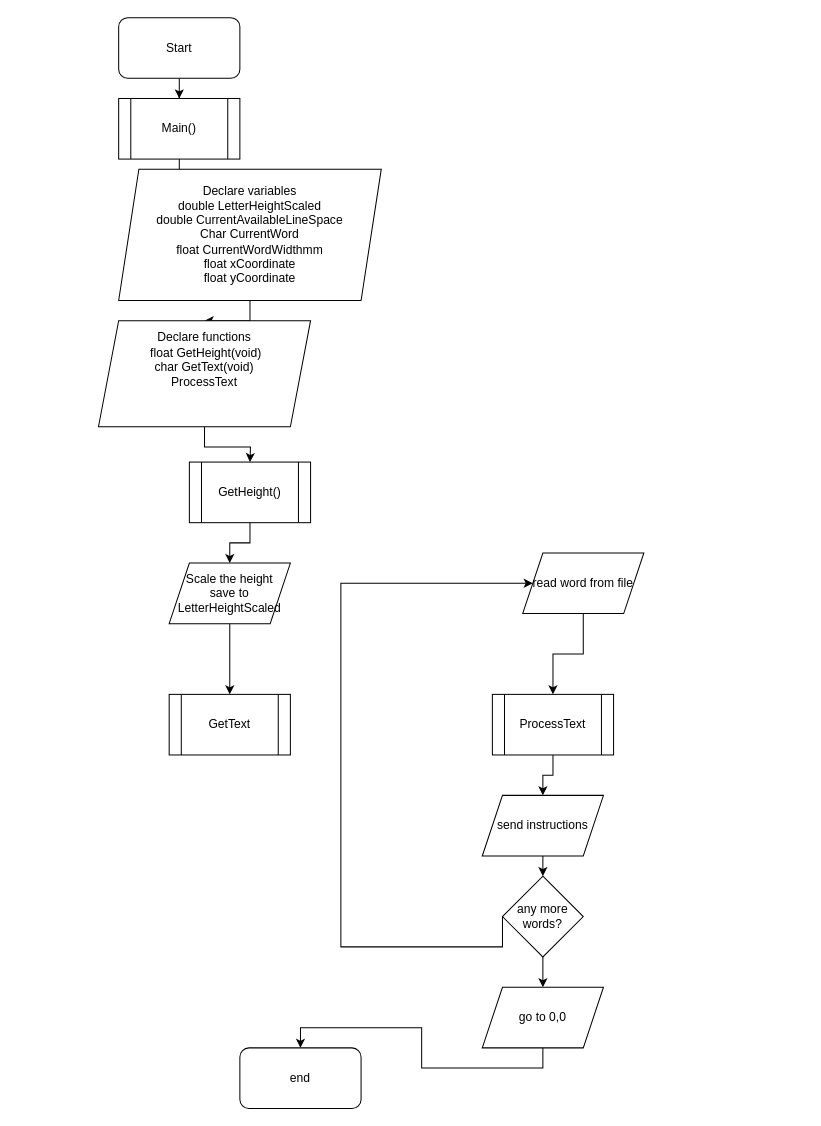
Above: page "Page-1" (1 of 2) of TextRobotFlowchart.drawio in hanifadelekan/TextRobotPlanning (draw.io), before the change. Source tidied: cells renumbered, new cells numbered last; positions are measured from the earlier drawing's top-left corner, leaving out a move shared by most shapes. Both pictures are drawn from the tidied source at 101%, with x=0, y=0 at pixel (98, 17).
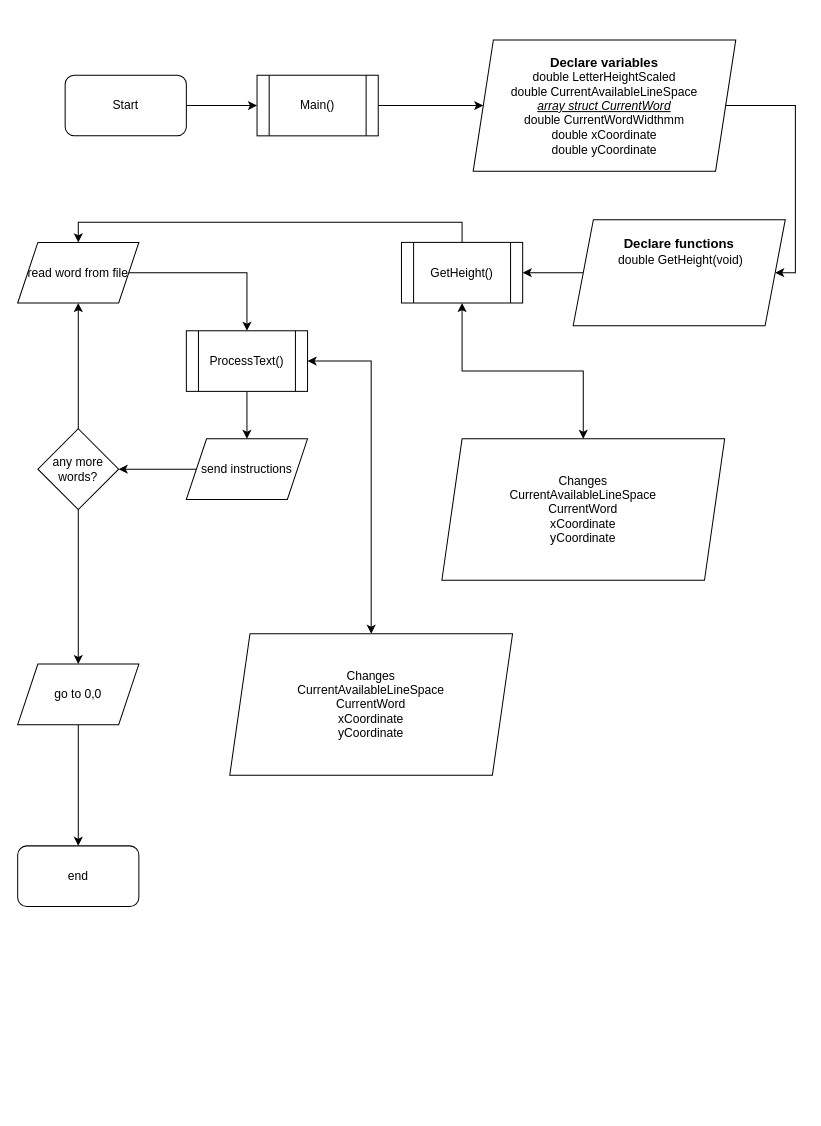
The same diagram, later.

Change to the diagram source:
```diff
@@
-    <mxCell id="2" style="edgeStyle=orthogonalEdgeStyle;rounded=0;jettySize=auto;html=1;exitX=0.5;exitY=1;exitDx=0;exitDy=0;" parent="1" edge="1" source="3" target="5">
+    <mxCell id="2" style="edgeStyle=orthogonalEdgeStyle;rounded=0;jettySize=auto;html=1;exitX=1;exitY=0.5;exitDx=0;exitDy=0;entryX=0;entryY=0.5;entryDx=0;entryDy=0;" parent="1" edge="1" source="3" target="5">
       <mxGeometry relative="1" as="geometry" />
     </mxCell>
     <mxCell id="3" value="Start" style="rounded=1;whiteSpace=wrap;html=1;" parent="1" vertex="1">
-      <mxGeometry x="20" width="120" height="60" as="geometry" />
+      <mxGeometry x="-33" y="57" width="120" height="60" as="geometry" />
     </mxCell>
-    <mxCell id="4" style="edgeStyle=orthogonalEdgeStyle;rounded=0;jettySize=auto;html=1;" parent="1" edge="1" source="5" target="7">
+    <mxCell id="4" style="edgeStyle=orthogonalEdgeStyle;rounded=0;jettySize=auto;html=1;exitX=1;exitY=0.5;exitDx=0;exitDy=0;entryX=0;entryY=0.5;entryDx=0;entryDy=0;" parent="1" edge="1" source="5" target="7">
       <mxGeometry relative="1" as="geometry" />
     </mxCell>
     <mxCell id="5" value="Main()" style="rounded=0;whiteSpace=wrap;html=1;shape=process;backgroundOutline=1;" parent="1" vertex="1">
-      <mxGeometry x="20" y="80" width="120" height="60" as="geometry" />
+      <mxGeometry x="157" y="57" width="120" height="60" as="geometry" />
     </mxCell>
-    <mxCell id="6" style="edgeStyle=orthogonalEdgeStyle;rounded=0;jettySize=auto;html=1;" parent="1" edge="1" source="7" target="9">
-      <mxGeometry relative="1" as="geometry" />
+    <mxCell id="6" style="edgeStyle=orthogonalEdgeStyle;rounded=0;jettySize=auto;html=1;entryX=1;entryY=0.5;entryDx=0;entryDy=0;exitX=1;exitY=0.5;exitDx=0;exitDy=0;" parent="1" edge="1" source="7" target="9">
+      <mxGeometry relative="1" as="geometry">
+        <Array as="points">
+          <mxPoint x="690" y="87" />
+          <mxPoint x="690" y="253" />
+        </Array>
+      </mxGeometry>
     </mxCell>
-    <mxCell id="7" value="Declare variables&lt;div&gt;double LetterHeightScaled&lt;/div&gt;&lt;div&gt;double CurrentAvailableLineSpace&lt;/div&gt;&lt;div&gt;Char CurrentWord&lt;/div&gt;&lt;div&gt;float CurrentWordWidthmm&lt;/div&gt;&lt;div&gt;float xCoordinate&lt;/div&gt;&lt;div&gt;float yCoordinate&lt;/div&gt;" style="shape=parallelogram;perimeter=parallelogramPerimeter;whiteSpace=wrap;html=1;fixedSize=1;rounded=0;" parent="1" vertex="1">
-      <mxGeometry x="20" y="150" width="260" height="130" as="geometry" />
+    <mxCell id="7" value="&lt;b&gt;&lt;font style=&quot;font-size: 13px;&quot;&gt;Declare variables&lt;/font&gt;&lt;/b&gt;&lt;div&gt;double LetterHeightScaled&lt;/div&gt;&lt;div&gt;double CurrentAvailableLineSpace&lt;/div&gt;&lt;div&gt;&lt;i style=&quot;&quot;&gt;&lt;u&gt;array struct CurrentWord&lt;/u&gt;&lt;/i&gt;&lt;/div&gt;&lt;div&gt;double CurrentWordWidthmm&lt;/div&gt;&lt;div&gt;double xCoordinate&lt;/div&gt;&lt;div&gt;double yCoordinate&lt;/div&gt;" style="shape=parallelogram;perimeter=parallelogramPerimeter;whiteSpace=wrap;html=1;fixedSize=1;rounded=0;" parent="1" vertex="1">
+      <mxGeometry x="371" y="22" width="260" height="130" as="geometry" />
     </mxCell>
-    <mxCell id="8" style="edgeStyle=orthogonalEdgeStyle;rounded=0;jettySize=auto;html=1;" parent="1" edge="1" source="9">
-      <mxGeometry relative="1" as="geometry">
-        <mxPoint x="150" y="440" as="targetPoint" />
-      </mxGeometry>
-    </mxCell>
+    <mxCell id="27" style="edgeStyle=orthogonalEdgeStyle;rounded=0;jettySize=auto;html=1;exitX=0;exitY=0.5;exitDx=0;exitDy=0;entryX=1;entryY=0.5;entryDx=0;entryDy=0;" parent="1" edge="1" source="9" target="11">
+      <mxGeometry relative="1" as="geometry" />
+    </mxCell>
-    <mxCell id="9" value="Declare functions&lt;div&gt;&amp;nbsp;float GetHeight(void)&lt;/div&gt;&lt;div&gt;char GetText(void)&lt;br&gt;&lt;div&gt;ProcessText&lt;/div&gt;&lt;div&gt;&lt;br&gt;&lt;/div&gt;&lt;/div&gt;&lt;div&gt;&lt;br&gt;&lt;/div&gt;" style="whiteSpace=wrap;html=1;rounded=0;shape=parallelogram;backgroundOutline=1;perimeter=parallelogramPerimeter;fixedSize=1;" parent="1" vertex="1">
-      <mxGeometry y="300" width="210" height="105" as="geometry" />
+    <mxCell id="9" value="&lt;b&gt;&lt;font style=&quot;font-size: 13px;&quot;&gt;Declare functions&lt;/font&gt;&lt;/b&gt;&lt;div&gt;&amp;nbsp;double GetHeight(void)&lt;/div&gt;&lt;div&gt;&lt;br&gt;&lt;div&gt;&lt;br&gt;&lt;/div&gt;&lt;/div&gt;&lt;div&gt;&lt;br&gt;&lt;/div&gt;" style="whiteSpace=wrap;html=1;rounded=0;shape=parallelogram;backgroundOutline=1;perimeter=parallelogramPerimeter;fixedSize=1;" parent="1" vertex="1">
+      <mxGeometry x="470" y="200" width="210" height="105" as="geometry" />
     </mxCell>
-    <mxCell id="10" style="edgeStyle=orthogonalEdgeStyle;rounded=0;jettySize=auto;html=1;exitX=0.5;exitY=1;exitDx=0;exitDy=0;entryX=0.5;entryY=0;entryDx=0;entryDy=0;" parent="1" edge="1" source="11" target="13">
-      <mxGeometry relative="1" as="geometry" />
-    </mxCell>
+    <mxCell id="28" style="edgeStyle=orthogonalEdgeStyle;rounded=0;jettySize=auto;html=1;exitX=0.5;exitY=1;exitDx=0;exitDy=0;entryX=0.5;entryY=0;entryDx=0;entryDy=0;startArrow=classic;startFill=1;" parent="1" edge="1" source="11" target="32">
+      <mxGeometry relative="1" as="geometry" />
+    </mxCell>
     <mxCell id="11" value="GetHeight()" style="shape=process;whiteSpace=wrap;html=1;backgroundOutline=1;" parent="1" vertex="1">
-      <mxGeometry x="90" y="440" width="120" height="60" as="geometry" />
+      <mxGeometry x="300" y="222.5" width="120" height="60" as="geometry" />
     </mxCell>
-    <mxCell id="12" style="edgeStyle=orthogonalEdgeStyle;rounded=0;jettySize=auto;html=1;exitX=0.5;exitY=1;exitDx=0;exitDy=0;entryX=0.5;entryY=0;entryDx=0;entryDy=0;" parent="1" edge="1" source="13" target="14">
-      <mxGeometry relative="1" as="geometry" />
-    </mxCell>
-    <mxCell id="13" value="Scale the height&lt;div&gt;save to LetterHeightScaled&lt;/div&gt;" style="shape=parallelogram;perimeter=parallelogramPerimeter;whiteSpace=wrap;html=1;fixedSize=1;" parent="1" vertex="1">
-      <mxGeometry x="70" y="540" width="120" height="60" as="geometry" />
-    </mxCell>
-    <mxCell id="14" value="GetText" style="shape=process;whiteSpace=wrap;html=1;backgroundOutline=1;" parent="1" vertex="1">
-      <mxGeometry x="70" y="670" width="120" height="60" as="geometry" />
-    </mxCell>
-    <mxCell id="15" style="edgeStyle=orthogonalEdgeStyle;rounded=0;jettySize=auto;html=1;exitX=0.5;exitY=1;exitDx=0;exitDy=0;entryX=0.5;entryY=0;entryDx=0;entryDy=0;" parent="1" edge="1" source="16" target="18">
-      <mxGeometry relative="1" as="geometry" />
+    <mxCell id="15" style="edgeStyle=orthogonalEdgeStyle;rounded=0;jettySize=auto;html=1;entryX=0.5;entryY=0;entryDx=0;entryDy=0;exitX=1;exitY=0.5;exitDx=0;exitDy=0;" parent="1" edge="1" source="16" target="18">
+      <mxGeometry relative="1" as="geometry">
+        <Array as="points">
+          <mxPoint x="147" y="253" />
+        </Array>
+      </mxGeometry>
     </mxCell>
-    <mxCell id="16" value="read word from file" style="shape=parallelogram;perimeter=parallelogramPerimeter;whiteSpace=wrap;html=1;fixedSize=1;" parent="1" vertex="1">
-      <mxGeometry x="420" y="530" width="120" height="60" as="geometry" />
-    </mxCell>
@@
+    <mxCell id="29" style="edgeStyle=orthogonalEdgeStyle;rounded=0;jettySize=auto;html=1;exitX=1;exitY=0.5;exitDx=0;exitDy=0;entryX=0.5;entryY=0;entryDx=0;entryDy=0;startArrow=classic;startFill=1;" parent="1" edge="1" source="18" target="31">
+      <mxGeometry relative="1" as="geometry" />
+    </mxCell>
-    <mxCell id="18" value="ProcessText" style="shape=process;whiteSpace=wrap;html=1;backgroundOutline=1;" parent="1" vertex="1">
-      <mxGeometry x="390" y="670" width="120" height="60" as="geometry" />
+    <mxCell id="18" value="ProcessText()" style="shape=process;whiteSpace=wrap;html=1;backgroundOutline=1;" parent="1" vertex="1">
+      <mxGeometry x="87" y="310" width="120" height="60" as="geometry" />
     </mxCell>
-    <mxCell id="19" style="edgeStyle=orthogonalEdgeStyle;rounded=0;jettySize=auto;html=1;exitX=0;exitY=0.5;exitDx=0;exitDy=0;entryX=0;entryY=0.5;entryDx=0;entryDy=0;" parent="1" edge="1" source="21" target="16">
+    <mxCell id="19" style="edgeStyle=orthogonalEdgeStyle;rounded=0;jettySize=auto;html=1;exitX=0.5;exitY=0;exitDx=0;exitDy=0;entryX=0.5;entryY=1;entryDx=0;entryDy=0;" parent="1" edge="1" source="21" target="16">
       <mxGeometry relative="1" as="geometry">
         <Array as="points">
-          <mxPoint x="240" y="920" />
-          <mxPoint x="240" y="560" />
+          <mxPoint x="-20" y="410" />
         </Array>
       </mxGeometry>
     </mxCell>
     <mxCell id="20" style="edgeStyle=orthogonalEdgeStyle;rounded=0;jettySize=auto;html=1;exitX=0.5;exitY=1;exitDx=0;exitDy=0;entryX=0.5;entryY=0;entryDx=0;entryDy=0;" parent="1" edge="1" source="21" target="25">
-      <mxGeometry relative="1" as="geometry" />
+      <mxGeometry relative="1" as="geometry">
+        <Array as="points">
+          <mxPoint x="-20" y="640" />
+        </Array>
+      </mxGeometry>
     </mxCell>
     <mxCell id="21" value="any more words?" style="rhombus;whiteSpace=wrap;html=1;" parent="1" vertex="1">
-      <mxGeometry x="400" y="850" width="80" height="80" as="geometry" />
+      <mxGeometry x="-60" y="407" width="80" height="80" as="geometry" />
     </mxCell>
-    <mxCell id="22" style="edgeStyle=orthogonalEdgeStyle;rounded=0;jettySize=auto;html=1;exitX=0.5;exitY=1;exitDx=0;exitDy=0;entryX=0.5;entryY=0;entryDx=0;entryDy=0;" parent="1" edge="1" source="23" target="21">
+    <mxCell id="22" style="edgeStyle=orthogonalEdgeStyle;rounded=0;jettySize=auto;html=1;exitX=1;exitY=0.5;exitDx=0;exitDy=0;entryX=1;entryY=0.5;entryDx=0;entryDy=0;" parent="1" edge="1" source="23" target="21">
       <mxGeometry relative="1" as="geometry" />
     </mxCell>
     <mxCell id="23" value="send instructions" style="shape=parallelogram;perimeter=parallelogramPerimeter;whiteSpace=wrap;html=1;fixedSize=1;" parent="1" vertex="1">
-      <mxGeometry x="380" y="770" width="120" height="60" as="geometry" />
+      <mxGeometry x="87" y="417" width="120" height="60" as="geometry" />
     </mxCell>
@@
     <mxCell id="25" value="go to 0,0" style="shape=parallelogram;perimeter=parallelogramPerimeter;whiteSpace=wrap;html=1;fixedSize=1;" parent="1" vertex="1">
-      <mxGeometry x="380" y="960" width="120" height="60" as="geometry" />
+      <mxGeometry x="-80" y="640" width="120" height="60" as="geometry" />
     </mxCell>
     <mxCell id="26" value="end" style="rounded=1;whiteSpace=wrap;html=1;" parent="1" vertex="1">
-      <mxGeometry x="140" y="1020" width="120" height="60" as="geometry" />
+      <mxGeometry x="-80" y="820" width="120" height="60" as="geometry" />
     </mxCell>
+    <mxCell id="30" style="edgeStyle=orthogonalEdgeStyle;rounded=0;jettySize=auto;html=1;exitX=0.5;exitY=0;exitDx=0;exitDy=0;entryX=0.5;entryY=0;entryDx=0;entryDy=0;" parent="1" edge="1" source="11" target="16">
+      <mxGeometry relative="1" as="geometry" />
+    </mxCell>
+    <mxCell id="16" value="read word from file" style="shape=parallelogram;perimeter=parallelogramPerimeter;whiteSpace=wrap;html=1;fixedSize=1;" parent="1" vertex="1">
+      <mxGeometry x="-80" y="222.5" width="120" height="60" as="geometry" />
+    </mxCell>
+    <mxCell id="31" value="Changes&lt;div&gt;CurrentAvailableLineSpace&lt;/div&gt;&lt;div&gt;CurrentWord&lt;br&gt;&lt;div&gt;xCoordinate&lt;/div&gt;&lt;div&gt;yCoordinate&lt;/div&gt;&lt;/div&gt;" style="shape=parallelogram;perimeter=parallelogramPerimeter;whiteSpace=wrap;html=1;fixedSize=1;" parent="1" vertex="1">
+      <mxGeometry x="130" y="610" width="280" height="140" as="geometry" />
+    </mxCell>
+    <mxCell id="32" value="Changes&lt;div&gt;CurrentAvailableLineSpace&lt;/div&gt;&lt;div&gt;CurrentWord&lt;br&gt;&lt;div&gt;xCoordinate&lt;/div&gt;&lt;div&gt;yCoordinate&lt;/div&gt;&lt;/div&gt;" style="shape=parallelogram;perimeter=parallelogramPerimeter;whiteSpace=wrap;html=1;fixedSize=1;" parent="1" vertex="1">
+      <mxGeometry x="340" y="417" width="280" height="140" as="geometry" />
+    </mxCell>
```
